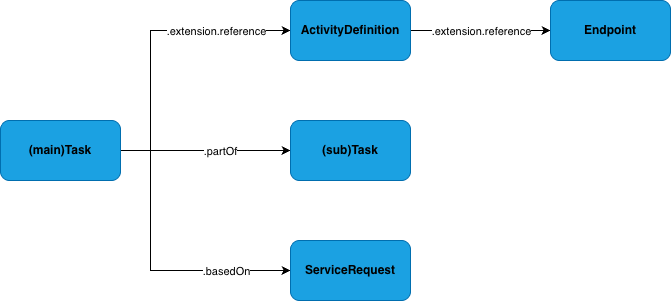
The draw.io diagram guides/medmij-r4-provider-module-ig/images/Overview ProviderTask relationships.png in Stichting-MedMij/MedMij-R4-AanbiedersModule, before a commit. Source tidied: cells renumbered, new cells last; positions are measured from the earlier drawing's top-left corner, leaving out a move shared by most shapes.
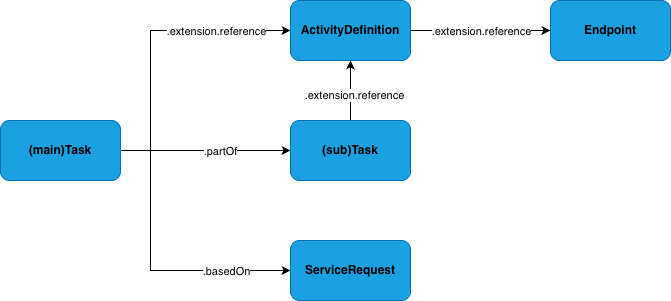
The same diagram one commit later.

Change to the diagram source:
```diff
@@ -56,6 +56,12 @@
     <mxCell id="13" value="&lt;b&gt;&lt;font style=&quot;color: light-dark(rgb(0, 0, 0), rgb(255, 255, 255));&quot;&gt;Endpoint&lt;/font&gt;&lt;/b&gt;" style="whiteSpace=wrap;html=1;rounded=1;fillColor=#1ba1e2;fontColor=#ffffff;strokeColor=#006EAF;" parent="1" vertex="1">
       <mxGeometry x="550" width="120" height="60" as="geometry" />
     </mxCell>
+    <mxCell id="15" style="edgeStyle=orthogonalEdgeStyle;rounded=0;jettySize=auto;html=1;exitX=0.5;exitY=0;exitDx=0;exitDy=0;entryX=0.5;entryY=1;entryDx=0;entryDy=0;" parent="1" edge="1" source="14" target="11">
+      <mxGeometry relative="1" as="geometry" />
+    </mxCell>
+    <mxCell id="16" value=".extension.reference" style="edgeLabel;html=1;align=center;verticalAlign=middle;" parent="15" vertex="1">
+      <mxGeometry x="-0.13" y="-3" relative="1" as="geometry" />
+    </mxCell>
     <mxCell id="14" value="&lt;b&gt;&lt;font style=&quot;color: light-dark(rgb(0, 0, 0), rgb(255, 255, 255));&quot;&gt;(sub)Task&lt;/font&gt;&lt;/b&gt;" style="whiteSpace=wrap;html=1;fillColor=#1ba1e2;strokeColor=#006EAF;fontColor=#ffffff;rounded=1;" parent="1" vertex="1">
       <mxGeometry x="290" y="120" width="120" height="60" as="geometry" />
     </mxCell>
```
